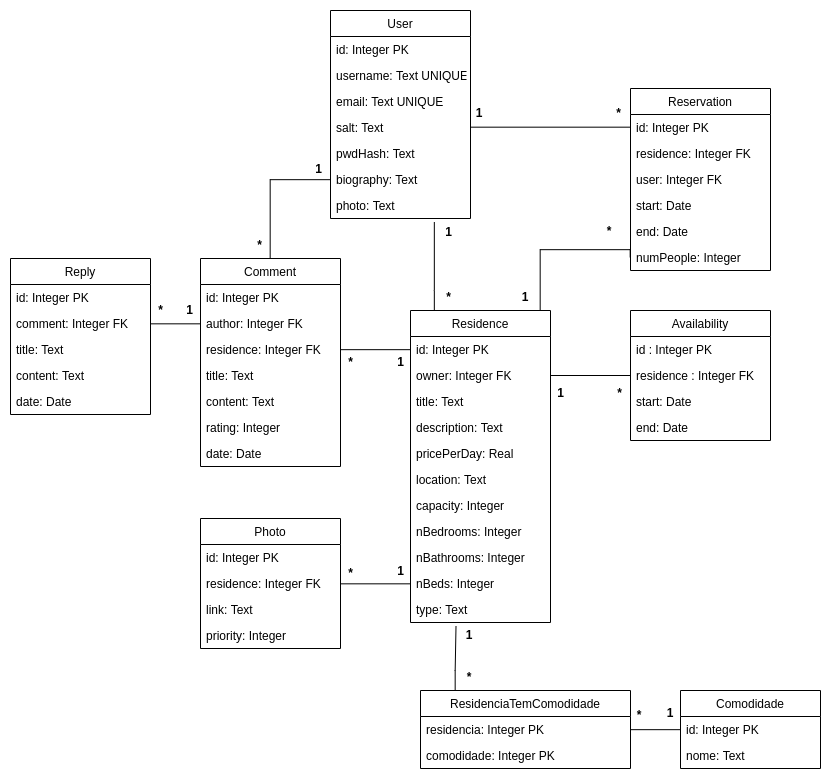
Before: docs/Paguri_db.png, a diagram exported from draw.io (daviddias99/paguri-feup-ltw). Source tidied: cells renumbered, new cells last; positions are measured from the earlier drawing's top-left corner, leaving out a move shared by most shapes.
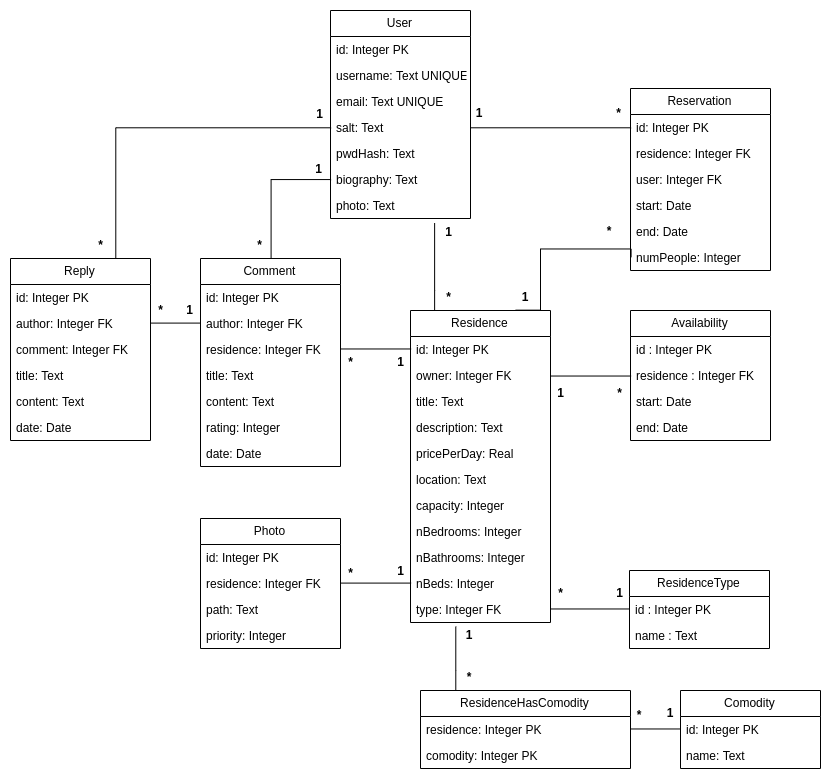
After the change.

The edit, as a diff of the source:
```diff
@@ -88,7 +88,7 @@
     <mxCell id="28" value="nBeds: Integer" style="text;strokeColor=none;fillColor=none;align=left;verticalAlign=top;spacingLeft=4;spacingRight=4;overflow=hidden;points=[[0,0.5],[1,0.5]];portConstraint=eastwest;" parent="18" vertex="1">
       <mxGeometry y="260" width="140" height="26" as="geometry" />
     </mxCell>
-    <mxCell id="29" value="type: Text" style="text;strokeColor=none;fillColor=none;align=left;verticalAlign=top;spacingLeft=4;spacingRight=4;overflow=hidden;points=[[0,0.5],[1,0.5]];portConstraint=eastwest;" parent="18" vertex="1">
+    <mxCell id="29" value="type: Integer FK" style="text;strokeColor=none;fillColor=none;align=left;verticalAlign=top;spacingLeft=4;spacingRight=4;overflow=hidden;points=[[0,0.5],[1,0.5]];portConstraint=eastwest;" parent="18" vertex="1">
       <mxGeometry y="286" width="140" height="26" as="geometry" />
     </mxCell>
     <mxCell id="30" value="Availability" style="swimlane;fontStyle=0;horizontal=1;startSize=26;fillColor=none;" parent="1" vertex="1">
@@ -150,19 +150,19 @@
     <mxCell id="47" value="residence: Integer FK" style="text;strokeColor=none;fillColor=none;align=left;verticalAlign=top;spacingLeft=4;spacingRight=4;overflow=hidden;" parent="45" vertex="1">
       <mxGeometry y="52" width="140" height="26" as="geometry" />
     </mxCell>
-    <mxCell id="48" value="link: Text" style="text;strokeColor=none;fillColor=none;align=left;verticalAlign=top;spacingLeft=4;spacingRight=4;overflow=hidden;" parent="45" vertex="1">
+    <mxCell id="48" value="path: Text" style="text;strokeColor=none;fillColor=none;align=left;verticalAlign=top;spacingLeft=4;spacingRight=4;overflow=hidden;" parent="45" vertex="1">
       <mxGeometry y="78" width="140" height="26" as="geometry" />
     </mxCell>
     <mxCell id="49" value="priority: Integer" style="text;strokeColor=none;fillColor=none;align=left;verticalAlign=top;spacingLeft=4;spacingRight=4;overflow=hidden;" parent="45" vertex="1">
       <mxGeometry y="104" width="140" height="26" as="geometry" />
     </mxCell>
-    <mxCell id="50" value="Comodidade" style="swimlane;fontStyle=0;horizontal=1;startSize=26;fillColor=none;" parent="1" vertex="1">
+    <mxCell id="50" value="Comodity" style="swimlane;fontStyle=0;horizontal=1;startSize=26;fillColor=none;" parent="1" vertex="1">
       <mxGeometry x="670" y="680" width="140" height="78" as="geometry" />
     </mxCell>
     <mxCell id="51" value="id: Integer PK" style="text;strokeColor=none;fillColor=none;align=left;verticalAlign=top;spacingLeft=4;spacingRight=4;overflow=hidden;points=[[0,0.5],[1,0.5]];portConstraint=eastwest;" parent="50" vertex="1">
       <mxGeometry y="26" width="140" height="26" as="geometry" />
     </mxCell>
-    <mxCell id="52" value="nome: Text" style="text;strokeColor=none;fillColor=none;align=left;verticalAlign=top;spacingLeft=4;spacingRight=4;overflow=hidden;" parent="50" vertex="1">
+    <mxCell id="52" value="name: Text" style="text;strokeColor=none;fillColor=none;align=left;verticalAlign=top;spacingLeft=4;spacingRight=4;overflow=hidden;" parent="50" vertex="1">
       <mxGeometry y="52" width="140" height="26" as="geometry" />
     </mxCell>
     <mxCell id="53" style="edgeStyle=orthogonalEdgeStyle;rounded=0;jettySize=auto;html=1;entryX=0.323;entryY=1.138;entryDx=0;entryDy=0;entryPerimeter=0;endArrow=none;endFill=0;" parent="1" edge="1" source="54" target="29">
@@ -173,13 +173,13 @@
         </Array>
       </mxGeometry>
     </mxCell>
-    <mxCell id="54" value="ResidenciaTemComodidade" style="swimlane;fontStyle=0;horizontal=1;startSize=26;fillColor=none;" parent="1" vertex="1">
+    <mxCell id="54" value="ResidenceHasComodity" style="swimlane;fontStyle=0;horizontal=1;startSize=26;fillColor=none;" parent="1" vertex="1">
       <mxGeometry x="410" y="680" width="210" height="78" as="geometry" />
     </mxCell>
-    <mxCell id="55" value="residencia: Integer PK" style="text;strokeColor=none;fillColor=none;align=left;verticalAlign=top;spacingLeft=4;spacingRight=4;overflow=hidden;points=[[0,0.5],[1,0.5]];portConstraint=eastwest;" parent="54" vertex="1">
+    <mxCell id="55" value="residence: Integer PK" style="text;strokeColor=none;fillColor=none;align=left;verticalAlign=top;spacingLeft=4;spacingRight=4;overflow=hidden;points=[[0,0.5],[1,0.5]];portConstraint=eastwest;" parent="54" vertex="1">
       <mxGeometry y="26" width="210" height="26" as="geometry" />
     </mxCell>
-    <mxCell id="56" value="comodidade: Integer PK" style="text;strokeColor=none;fillColor=none;align=left;verticalAlign=top;spacingLeft=4;spacingRight=4;overflow=hidden;" parent="54" vertex="1">
+    <mxCell id="56" value="comodity: Integer PK" style="text;strokeColor=none;fillColor=none;align=left;verticalAlign=top;spacingLeft=4;spacingRight=4;overflow=hidden;" parent="54" vertex="1">
       <mxGeometry y="52" width="210" height="26" as="geometry" />
     </mxCell>
     <mxCell id="57" style="edgeStyle=orthogonalEdgeStyle;rounded=0;jettySize=auto;html=1;exitX=0;exitY=0.5;exitDx=0;exitDy=0;entryX=0.75;entryY=0;entryDx=0;entryDy=0;endArrow=none;endFill=0;" parent="1" edge="1" source="16" target="18">
@@ -247,25 +247,31 @@
     <mxCell id="76" value="1" style="text;align=center;fontStyle=1;verticalAlign=middle;spacingLeft=3;spacingRight=3;strokeColor=none;" parent="1" vertex="1">
       <mxGeometry x="298" y="146" width="21" height="26" as="geometry" />
     </mxCell>
+    <mxCell id="89" style="edgeStyle=orthogonalEdgeStyle;rounded=0;jettySize=auto;html=1;exitX=0.75;exitY=0;exitDx=0;exitDy=0;entryX=0;entryY=0.5;entryDx=0;entryDy=0;endArrow=none;endFill=0;" parent="1" edge="1" source="77" target="6">
+      <mxGeometry relative="1" as="geometry" />
+    </mxCell>
     <mxCell id="77" value="Reply" style="swimlane;fontStyle=0;horizontal=1;startSize=26;fillColor=none;" parent="1" vertex="1">
-      <mxGeometry y="248" width="140" height="156" as="geometry" />
+      <mxGeometry y="248" width="140" height="182" as="geometry" />
     </mxCell>
     <mxCell id="78" value="id: Integer PK" style="text;strokeColor=none;fillColor=none;align=left;verticalAlign=top;spacingLeft=4;spacingRight=4;overflow=hidden;" parent="77" vertex="1">
       <mxGeometry y="26" width="140" height="26" as="geometry" />
     </mxCell>
+    <mxCell id="90" value="author: Integer FK" style="text;strokeColor=none;fillColor=none;align=left;verticalAlign=top;spacingLeft=4;spacingRight=4;overflow=hidden;points=[[0,0.5],[1,0.5]];portConstraint=eastwest;" parent="77" vertex="1">
+      <mxGeometry y="52" width="140" height="26" as="geometry" />
+    </mxCell>
     <mxCell id="79" value="comment: Integer FK" style="text;strokeColor=none;fillColor=none;align=left;verticalAlign=top;spacingLeft=4;spacingRight=4;overflow=hidden;points=[[0,0.5],[1,0.5]];portConstraint=eastwest;" parent="77" vertex="1">
-      <mxGeometry y="52" width="140" height="26" as="geometry" />
+      <mxGeometry y="78" width="140" height="26" as="geometry" />
     </mxCell>
     <mxCell id="80" value="title: Text" style="text;strokeColor=none;fillColor=none;align=left;verticalAlign=top;spacingLeft=4;spacingRight=4;overflow=hidden;" parent="77" vertex="1">
-      <mxGeometry y="78" width="140" height="26" as="geometry" />
+      <mxGeometry y="104" width="140" height="26" as="geometry" />
     </mxCell>
     <mxCell id="81" value="content: Text" style="text;strokeColor=none;fillColor=none;align=left;verticalAlign=top;spacingLeft=4;spacingRight=4;overflow=hidden;" parent="77" vertex="1">
-      <mxGeometry y="104" width="140" height="26" as="geometry" />
+      <mxGeometry y="130" width="140" height="26" as="geometry" />
     </mxCell>
     <mxCell id="82" value="date: Date" style="text;strokeColor=none;fillColor=none;align=left;verticalAlign=top;spacingLeft=4;spacingRight=4;overflow=hidden;" parent="77" vertex="1">
-      <mxGeometry y="130" width="140" height="26" as="geometry" />
+      <mxGeometry y="156" width="140" height="26" as="geometry" />
     </mxCell>
-    <mxCell id="83" style="edgeStyle=orthogonalEdgeStyle;rounded=0;jettySize=auto;html=1;exitX=1;exitY=0.5;exitDx=0;exitDy=0;entryX=0;entryY=0.5;entryDx=0;entryDy=0;endArrow=none;endFill=0;" parent="1" edge="1" source="79" target="38">
+    <mxCell id="83" style="edgeStyle=orthogonalEdgeStyle;rounded=0;jettySize=auto;html=1;exitX=1;exitY=0.5;exitDx=0;exitDy=0;entryX=0;entryY=0.5;entryDx=0;entryDy=0;endArrow=none;endFill=0;" parent="1" edge="1" source="90" target="38">
       <mxGeometry relative="1" as="geometry" />
     </mxCell>
     <mxCell id="84" value="*" style="text;align=center;fontStyle=1;verticalAlign=middle;spacingLeft=3;spacingRight=3;strokeColor=none;" parent="1" vertex="1">
@@ -283,5 +289,29 @@
     <mxCell id="88" style="edgeStyle=orthogonalEdgeStyle;rounded=0;jettySize=auto;html=1;exitX=0;exitY=0.5;exitDx=0;exitDy=0;entryX=1;entryY=0.5;entryDx=0;entryDy=0;endArrow=none;endFill=0;" parent="1" edge="1" source="11" target="6">
       <mxGeometry relative="1" as="geometry" />
     </mxCell>
+    <mxCell id="91" value="1" style="text;align=center;fontStyle=1;verticalAlign=middle;spacingLeft=3;spacingRight=3;strokeColor=none;" parent="1" vertex="1">
+      <mxGeometry x="299" y="91" width="21" height="26" as="geometry" />
+    </mxCell>
+    <mxCell id="92" value="*" style="text;align=center;fontStyle=1;verticalAlign=middle;spacingLeft=3;spacingRight=3;strokeColor=none;" parent="1" vertex="1">
+      <mxGeometry x="80" y="222" width="21" height="26" as="geometry" />
+    </mxCell>
+    <mxCell id="93" value="ResidenceType" style="swimlane;fontStyle=0;horizontal=1;startSize=26;fillColor=none;" parent="1" vertex="1">
+      <mxGeometry x="619" y="560" width="140" height="78" as="geometry" />
+    </mxCell>
+    <mxCell id="94" value="id : Integer PK" style="text;strokeColor=none;fillColor=none;align=left;verticalAlign=top;spacingLeft=4;spacingRight=4;overflow=hidden;points=[[0,0.5],[1,0.5]];portConstraint=eastwest;" parent="93" vertex="1">
+      <mxGeometry y="26" width="140" height="26" as="geometry" />
+    </mxCell>
+    <mxCell id="95" value="name : Text" style="text;strokeColor=none;fillColor=none;align=left;verticalAlign=top;spacingLeft=4;spacingRight=4;overflow=hidden;" parent="93" vertex="1">
+      <mxGeometry y="52" width="140" height="26" as="geometry" />
+    </mxCell>
+    <mxCell id="96" style="edgeStyle=orthogonalEdgeStyle;rounded=0;jettySize=auto;html=1;exitX=1;exitY=0.5;exitDx=0;exitDy=0;entryX=0;entryY=0.5;entryDx=0;entryDy=0;endArrow=none;endFill=0;" parent="1" edge="1" source="29" target="94">
+      <mxGeometry relative="1" as="geometry" />
+    </mxCell>
+    <mxCell id="97" value="*" style="text;align=center;fontStyle=1;verticalAlign=middle;spacingLeft=3;spacingRight=3;strokeColor=none;" parent="1" vertex="1">
+      <mxGeometry x="540" y="570" width="21" height="26" as="geometry" />
+    </mxCell>
+    <mxCell id="98" value="1" style="text;align=center;fontStyle=1;verticalAlign=middle;spacingLeft=3;spacingRight=3;strokeColor=none;" parent="1" vertex="1">
+      <mxGeometry x="599" y="570" width="21" height="26" as="geometry" />
+    </mxCell>
   </root>
 </mxGraphModel>
```
